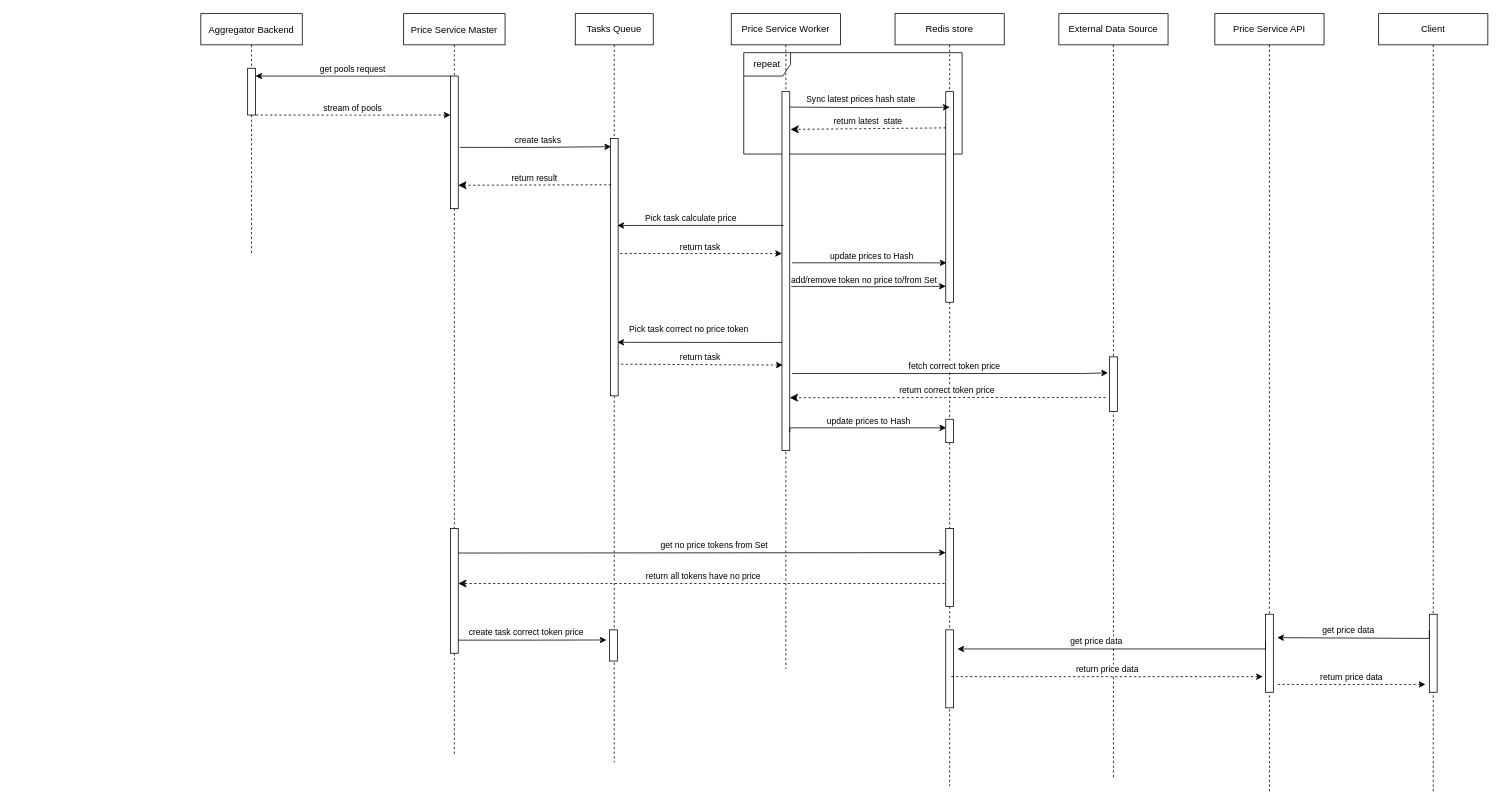
Earlier version of the draw.io diagram Price service sequence diagram.drawio (piavgh/draw.io-data). Source tidied: cells renumbered, new cells numbered last; positions are measured from the earlier drawing's top-left corner, leaving out a move shared by most shapes. Both pictures are drawn from the tidied source at 78%, with x=0, y=0 at pixel (200, 13).
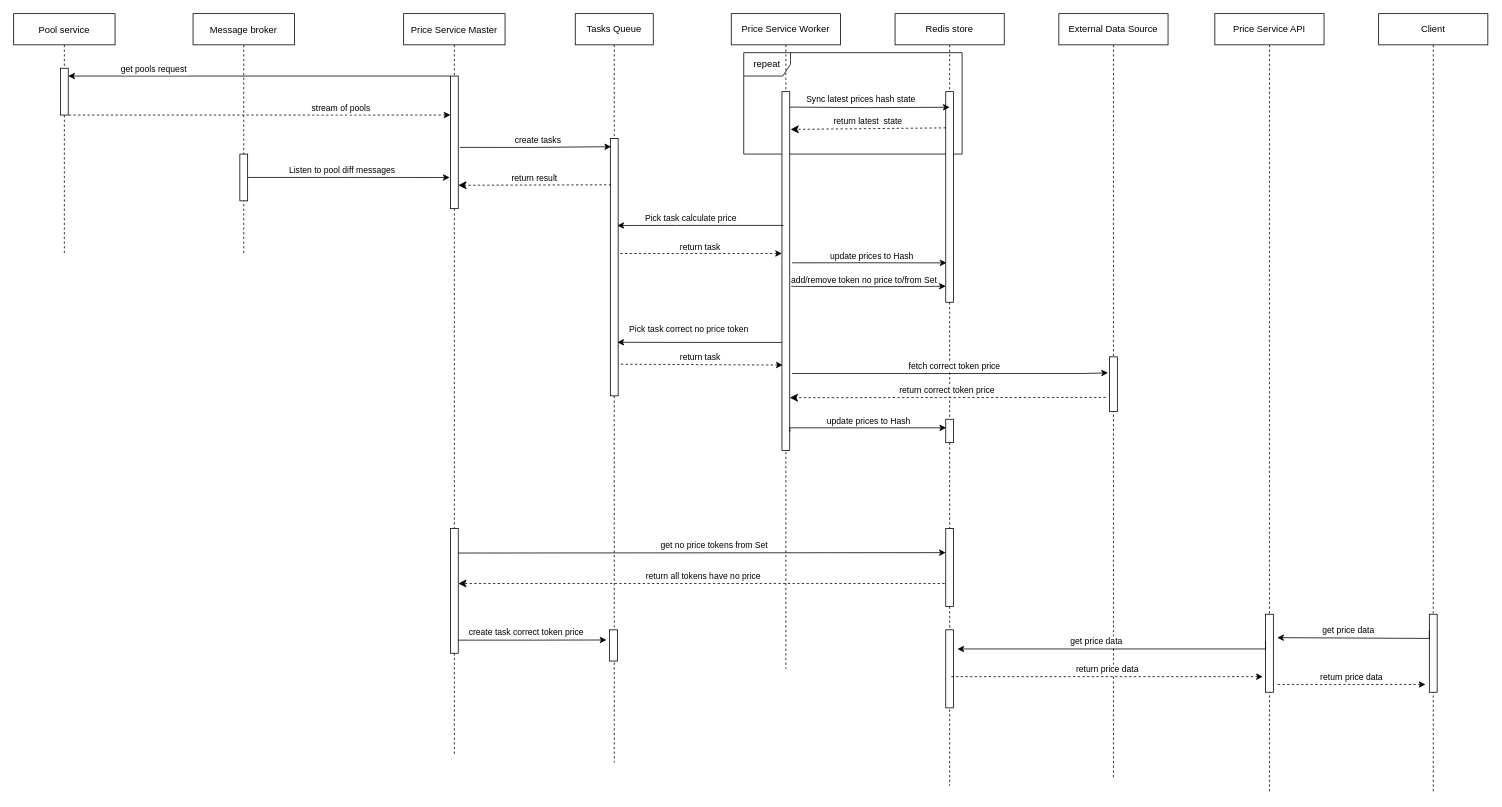
The same page after the edit.

Unchanged cells that the change refers to:
```xml
<mxCell id="4" style="points=[];perimeter=orthogonalPerimeter;rounded=0;shadow=0;strokeWidth=1;" parent="3" vertex="1">
  <mxGeometry x="60" y="70" width="10" height="60" as="geometry" />
</mxCell>
<mxCell id="6" style="points=[];perimeter=orthogonalPerimeter;rounded=0;shadow=0;strokeWidth=1;" parent="5" vertex="1">
  <mxGeometry x="60" y="80" width="10" height="170" as="geometry" />
</mxCell>
```

Diff of the diagram source:
```diff
@@
-    <mxCell id="3" value="Aggregator Backend" style="shape=umlLifeline;perimeter=lifelinePerimeter;rounded=0;shadow=0;strokeWidth=1;" parent="1" vertex="1">
-      <mxGeometry width="130" height="310" as="geometry" />
+    <mxCell id="3" value="Pool service" style="shape=umlLifeline;perimeter=lifelinePerimeter;rounded=0;shadow=0;strokeWidth=1;" parent="1" vertex="1">
+      <mxGeometry x="-240" width="130" height="310" as="geometry" />
     </mxCell>
@@
     <mxCell id="8" value="stream of pools" style="verticalAlign=bottom;endArrow=none;dashed=1;endSize=8;shadow=0;strokeWidth=1;startArrow=classic;startFill=1;endFill=0;" parent="1" edge="1" source="6" target="4">
-      <mxGeometry relative="1" as="geometry" />
+      <mxGeometry x="-0.43" relative="1" as="geometry" />
     </mxCell>
     <mxCell id="9" value="get pools request" style="verticalAlign=bottom;endArrow=none;entryX=0;entryY=0;shadow=0;strokeWidth=1;startArrow=classic;startFill=1;endFill=0;" parent="1" edge="1" source="4" target="6">
-      <mxGeometry relative="1" as="geometry" />
+      <mxGeometry x="-0.55" relative="1" as="geometry" />
     </mxCell>
@@
+    <mxCell id="53" value="Message broker" style="shape=umlLifeline;perimeter=lifelinePerimeter;rounded=0;shadow=0;strokeWidth=1;" parent="1" vertex="1">
+      <mxGeometry x="-10" width="130" height="310" as="geometry" />
+    </mxCell>
+    <mxCell id="54" style="points=[];perimeter=orthogonalPerimeter;rounded=0;shadow=0;strokeWidth=1;" parent="53" vertex="1">
+      <mxGeometry x="60" y="180" width="10" height="60" as="geometry" />
+    </mxCell>
+    <mxCell id="55" style="edgeStyle=orthogonalEdgeStyle;rounded=0;jettySize=auto;html=1;entryX=-0.1;entryY=0.765;entryDx=0;entryDy=0;entryPerimeter=0;" parent="1" edge="1" source="54" target="6">
+      <mxGeometry relative="1" as="geometry" />
+    </mxCell>
+    <mxCell id="56" value="Listen to pool diff messages" style="edgeLabel;html=1;align=center;verticalAlign=middle;" parent="55" vertex="1">
+      <mxGeometry x="-0.53" y="1" relative="1" as="geometry">
+        <mxPoint x="59" y="-9" as="offset" />
+      </mxGeometry>
+    </mxCell>
```
